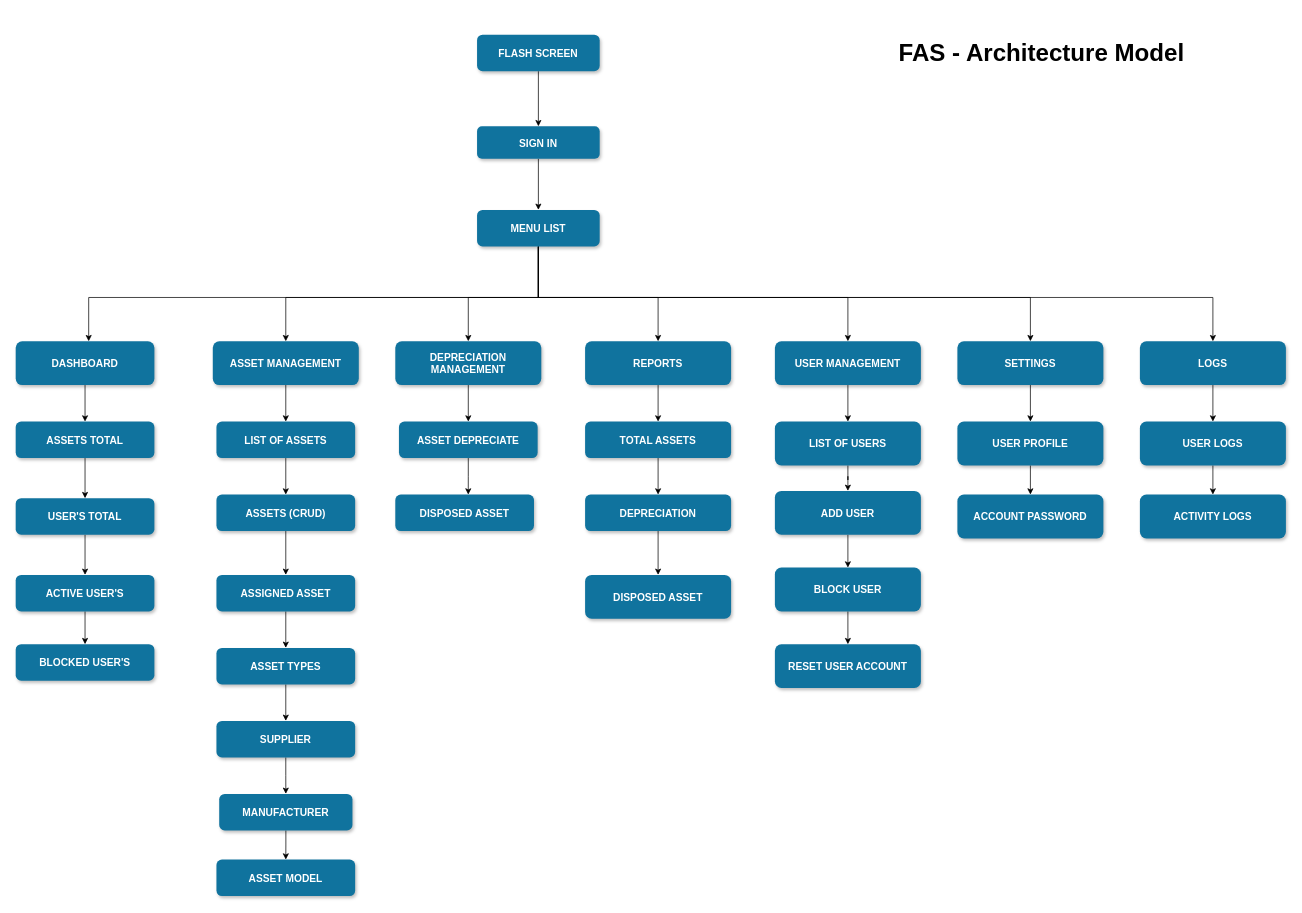
whyllard-ermie/whyllard-ermie keeps this draw.io diagram as Untitled Diagram.drawio. Above is the earlier version. Source tidied: cells renumbered, new cells numbered last; positions are measured from the earlier drawing's top-left corner, leaving out a move shared by most shapes. Both pictures are drawn from the tidied source at 73%, with x=0, y=0 at pixel (15, 12).
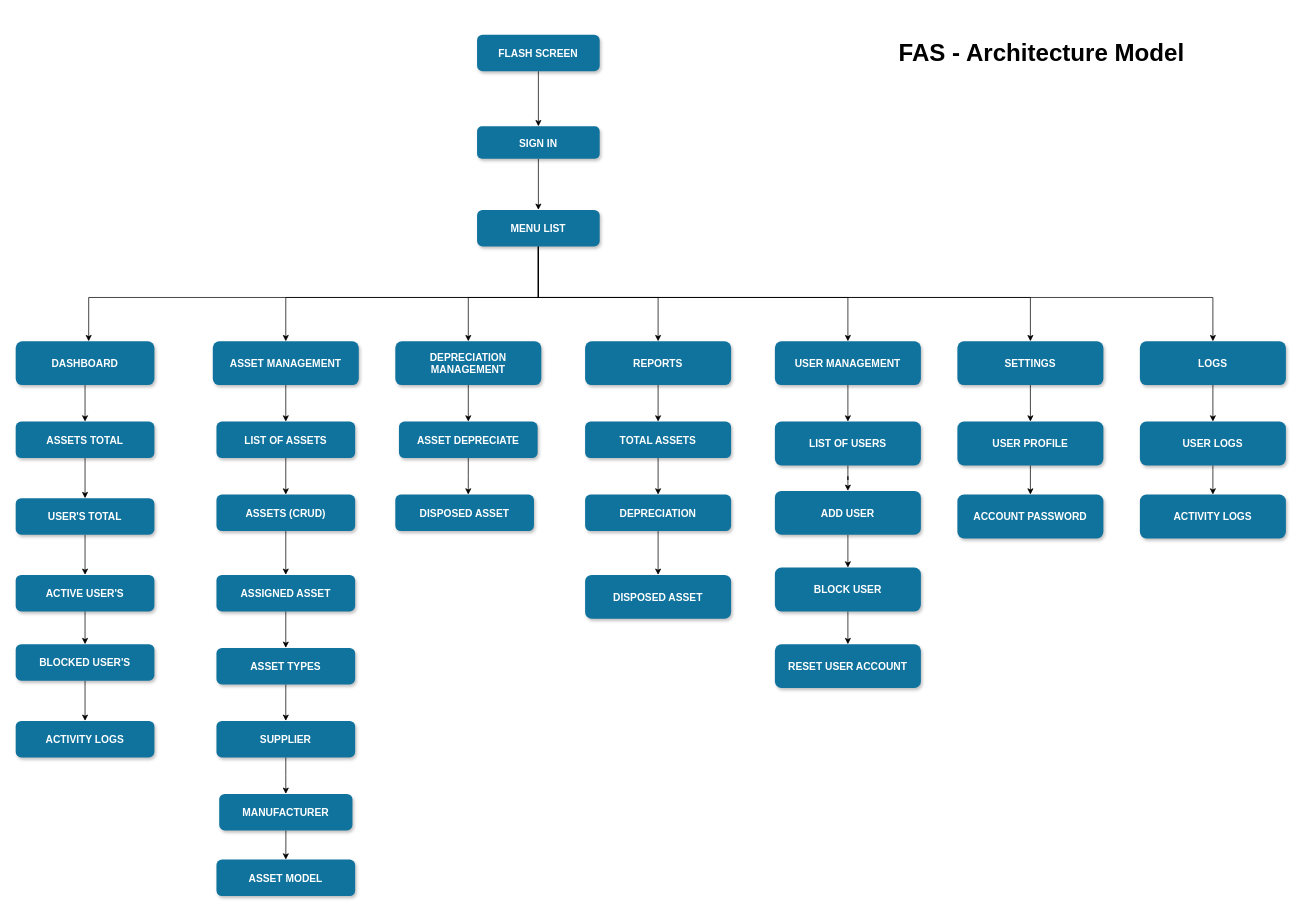
After the change.

Unchanged cells that the change refers to:
```xml
<mxCell id="60" value="BLOCKED USER'S" style="rounded=1;fillColor=#10739E;strokeColor=none;shadow=1;gradientColor=none;fontStyle=1;fontColor=#FFFFFF;fontSize=14;" parent="1" vertex="1">
  <mxGeometry y="865" width="190" height="50" as="geometry" />
</mxCell>
```

What changed in the source:
```diff
@@
+    <mxCell id="70" style="edgeStyle=orthogonalEdgeStyle;rounded=0;jettySize=auto;html=1;fontSize=33;" parent="1" edge="1" source="60" target="71">
+      <mxGeometry relative="1" as="geometry" />
+    </mxCell>
@@
+    <mxCell id="71" value="ACTIVITY LOGS" style="rounded=1;fillColor=#10739E;strokeColor=none;shadow=1;gradientColor=none;fontStyle=1;fontColor=#FFFFFF;fontSize=14;" parent="1" vertex="1">
+      <mxGeometry y="970" width="190" height="50" as="geometry" />
+    </mxCell>
```
